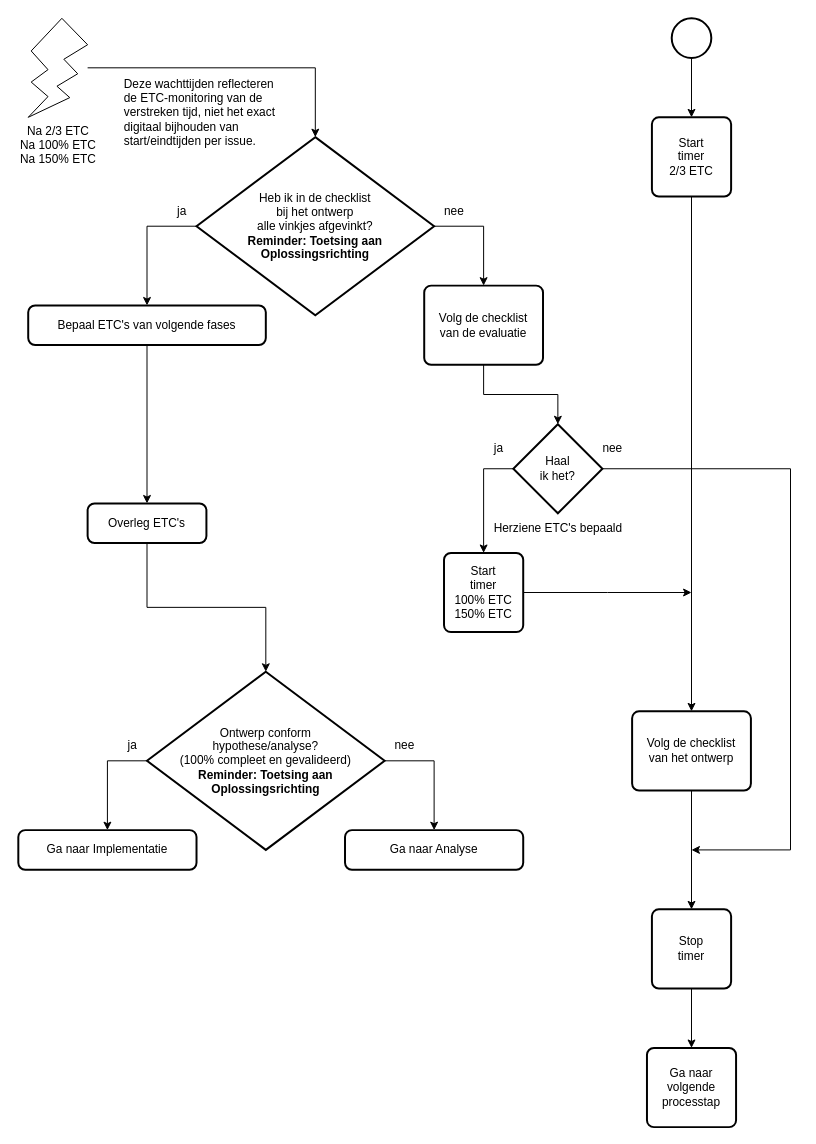
Zaibatsu89/IssueTracker keeps this draw.io diagram as 3 Issue Tracker ontwerp.drawio. Above is the earlier version. Source tidied: cells renumbered, new cells numbered last; positions are measured from the earlier drawing's top-left corner, leaving out a move shared by most shapes. Both pictures are drawn from the tidied source at 99%, with x=0, y=0 at pixel (18, 18).
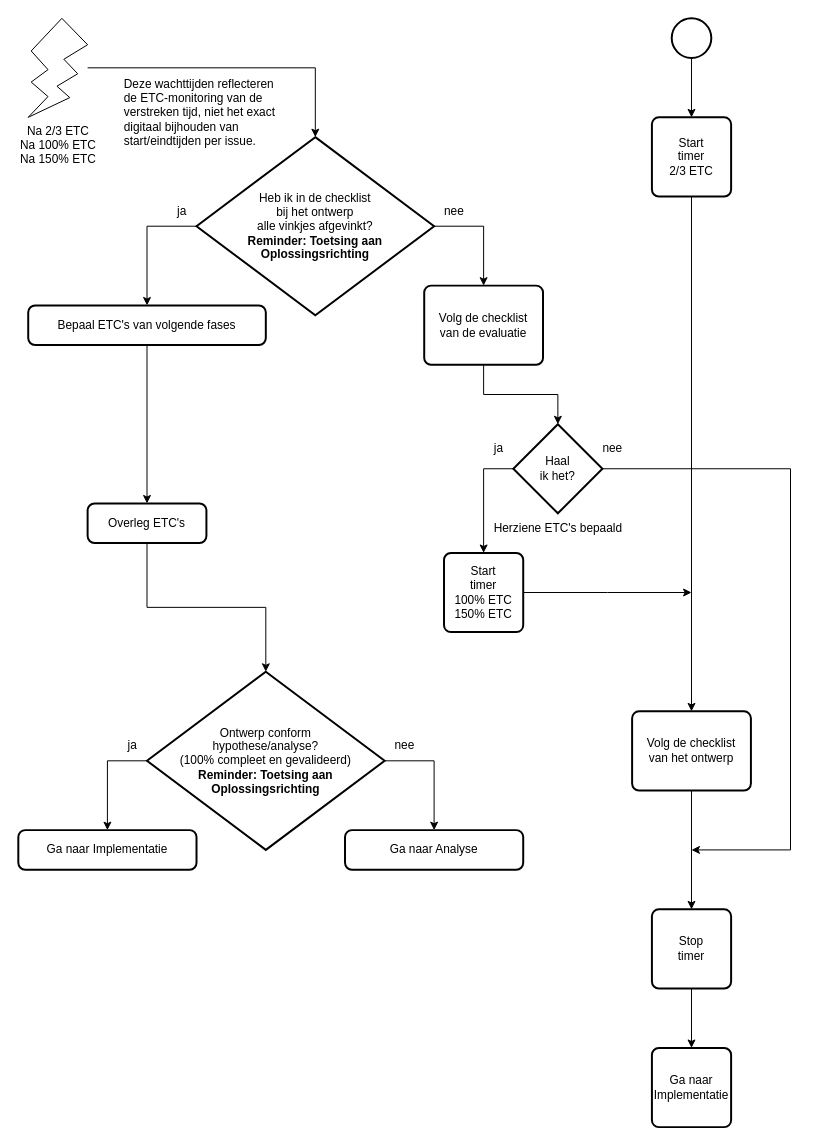
Above is the later version.

Commit message (it also covers changes not shown here):
Vervang "Ga naar volgende processtap" door "Ga naar {naam van volgende processtap}" in flowcharts

Diff of the diagram source:
```diff
@@
-    <mxCell id="27" value="Ga naar&lt;br&gt;volgende&lt;br&gt;processtap" style="rounded=1;whiteSpace=wrap;html=1;absoluteArcSize=1;arcSize=14;strokeWidth=2;" parent="1" vertex="1">
-      <mxGeometry x="635" y="1040" width="90" height="80" as="geometry" />
+    <mxCell id="27" value="Ga naar&lt;br&gt;Implementatie" style="rounded=1;whiteSpace=wrap;html=1;absoluteArcSize=1;arcSize=14;strokeWidth=2;" parent="1" vertex="1">
+      <mxGeometry x="640" y="1040" width="80" height="80" as="geometry" />
     </mxCell>
```
